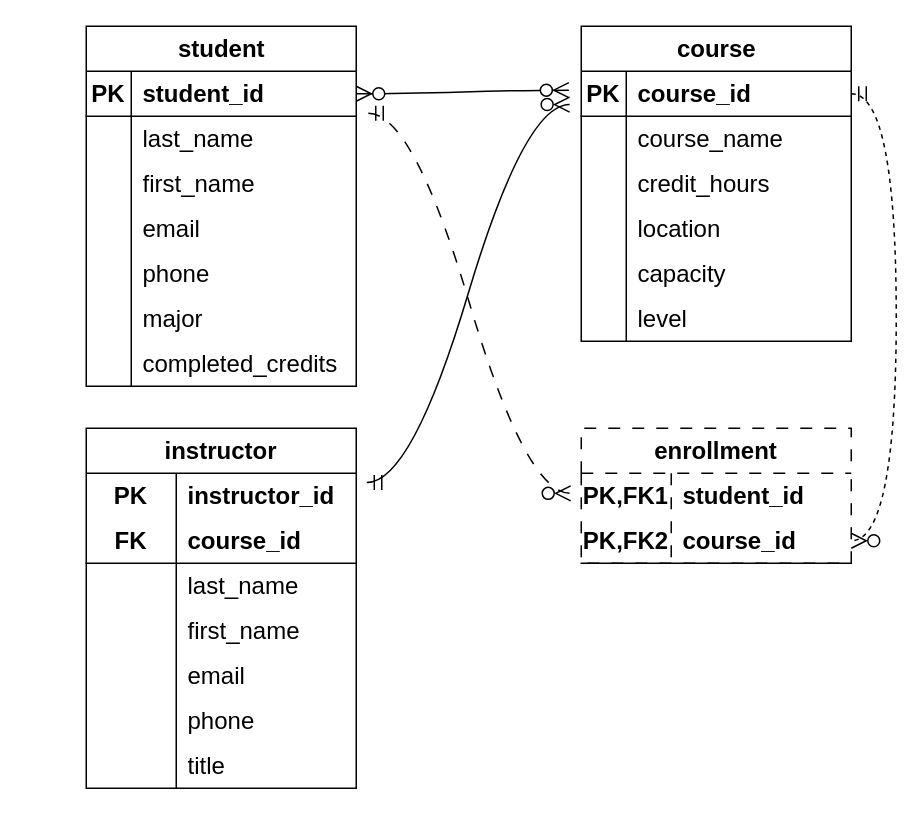
Before: CourseTracker.drawio in alarming-effect/collegeCourseTracker, a draw.io diagram. Source tidied: cells renumbered, new cells numbered last; positions are measured from the earlier drawing's top-left corner, leaving out a move shared by most shapes. Both pictures are drawn from the tidied source at 150%, with x=0, y=0 at pixel (86, 26).
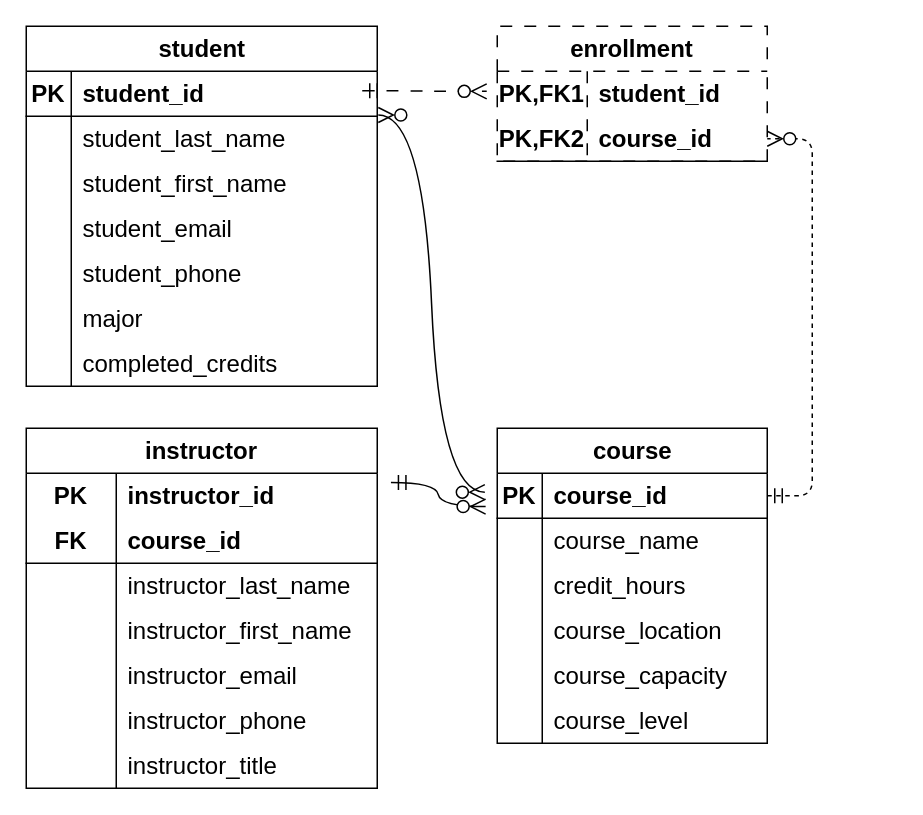
Above is the later version.

The change refers to these unchanged cells:
```xml
<mxCell id="47" style="shape=tableRow;horizontal=0;startSize=0;swimlaneHead=0;swimlaneBody=0;fillColor=none;points=[[0,0.5],[1,0.5]];portConstraint=eastwest;top=0;left=0;right=0;bottom=1;fontSize=16;" parent="46" vertex="1">
  <mxGeometry y="30" width="180" height="30" as="geometry" />
</mxCell>
<mxCell id="56" style="shape=tableRow;horizontal=0;startSize=0;swimlaneHead=0;swimlaneBody=0;fillColor=none;top=0;left=0;right=0;bottom=0;fontSize=16;" parent="46" vertex="1">
  <mxGeometry y="120" width="180" height="30" as="geometry" />
</mxCell>
<mxCell id="59" style="shape=tableRow;horizontal=0;startSize=0;swimlaneHead=0;swimlaneBody=0;fillColor=none;top=0;left=0;right=0;bottom=0;fontSize=16;" parent="46" vertex="1">
  <mxGeometry y="150" width="180" height="30" as="geometry" />
</mxCell>
<mxCell id="62" style="shape=tableRow;horizontal=0;startSize=0;swimlaneHead=0;swimlaneBody=0;fillColor=none;top=0;left=0;right=0;bottom=0;fontSize=16;" parent="46" vertex="1">
  <mxGeometry y="180" width="180" height="30" as="geometry" />
</mxCell>
<mxCell id="66" style="shape=tableRow;horizontal=0;startSize=0;swimlaneHead=0;swimlaneBody=0;fillColor=none;points=[[0,0.5],[1,0.5]];portConstraint=eastwest;top=0;left=0;right=0;bottom=0;html=1;fontSize=16;" parent="65" vertex="1">
  <mxGeometry y="30" width="180" height="30" as="geometry" />
</mxCell>
<mxCell id="69" style="shape=tableRow;horizontal=0;startSize=0;swimlaneHead=0;swimlaneBody=0;fillColor=none;points=[[0,0.5],[1,0.5]];portConstraint=eastwest;top=0;left=0;right=0;bottom=1;html=1;fontSize=16;" parent="65" vertex="1">
  <mxGeometry y="60" width="180" height="30" as="geometry" />
</mxCell>
```

Diff of the diagram source:
```diff
@@
     <mxCell id="2" value="student" style="shape=table;startSize=30;childLayout=tableLayout;rowLines=0;fontStyle=1;align=center;html=1;fontSize=16;" parent="1" vertex="1">
-      <mxGeometry width="180" height="240" as="geometry" />
+      <mxGeometry x="-40" width="234" height="240" as="geometry" />
     </mxCell>
     <mxCell id="3" style="shape=tableRow;horizontal=0;startSize=0;swimlaneHead=0;swimlaneBody=0;fillColor=none;points=[[0,0.5],[1,0.5]];portConstraint=eastwest;top=0;left=0;right=0;bottom=1;fontSize=16;" parent="2" vertex="1">
-      <mxGeometry y="30" width="180" height="30" as="geometry" />
+      <mxGeometry y="30" width="234" height="30" as="geometry" />
     </mxCell>
@@
     <mxCell id="5" value="student_id" style="shape=partialRectangle;fillColor=none;top=0;left=0;bottom=0;right=0;align=left;spacingLeft=6;fontStyle=1;overflow=hidden;whiteSpace=wrap;html=1;fontSize=16;" parent="3" vertex="1">
-      <mxGeometry x="30" width="150" height="30" as="geometry" />
+      <mxGeometry x="30" width="204" height="30" as="geometry" />
     </mxCell>
     <mxCell id="6" style="shape=tableRow;horizontal=0;startSize=0;swimlaneHead=0;swimlaneBody=0;fillColor=none;points=[[0,0.5],[1,0.5]];portConstraint=eastwest;top=0;left=0;right=0;bottom=0;fontSize=16;" parent="2" vertex="1">
-      <mxGeometry y="60" width="180" height="30" as="geometry" />
+      <mxGeometry y="60" width="234" height="30" as="geometry" />
     </mxCell>
@@
-    <mxCell id="8" value="last_name" style="shape=partialRectangle;fillColor=none;top=0;left=0;bottom=0;right=0;align=left;spacingLeft=6;overflow=hidden;whiteSpace=wrap;html=1;fontSize=16;" parent="6" vertex="1">
-      <mxGeometry x="30" width="150" height="30" as="geometry" />
+    <mxCell id="8" value="student_last_name" style="shape=partialRectangle;fillColor=none;top=0;left=0;bottom=0;right=0;align=left;spacingLeft=6;overflow=hidden;whiteSpace=wrap;html=1;fontSize=16;" parent="6" vertex="1">
+      <mxGeometry x="30" width="204" height="30" as="geometry" />
     </mxCell>
     <mxCell id="9" style="shape=tableRow;horizontal=0;startSize=0;swimlaneHead=0;swimlaneBody=0;fillColor=none;top=0;left=0;right=0;bottom=0;fontSize=16;" parent="2" vertex="1">
-      <mxGeometry y="90" width="180" height="30" as="geometry" />
+      <mxGeometry y="90" width="234" height="30" as="geometry" />
     </mxCell>
@@
-    <mxCell id="11" value="first_name" style="shape=partialRectangle;fillColor=none;top=0;left=0;bottom=0;right=0;align=left;spacingLeft=6;overflow=hidden;whiteSpace=wrap;html=1;fontSize=16;" parent="9" vertex="1">
-      <mxGeometry x="30" width="150" height="30" as="geometry" />
+    <mxCell id="11" value="student_first_name" style="shape=partialRectangle;fillColor=none;top=0;left=0;bottom=0;right=0;align=left;spacingLeft=6;overflow=hidden;whiteSpace=wrap;html=1;fontSize=16;" parent="9" vertex="1">
+      <mxGeometry x="30" width="204" height="30" as="geometry" />
     </mxCell>
     <mxCell id="12" style="shape=tableRow;horizontal=0;startSize=0;swimlaneHead=0;swimlaneBody=0;fillColor=none;top=0;left=0;right=0;bottom=0;fontSize=16;" parent="2" vertex="1">
-      <mxGeometry y="120" width="180" height="30" as="geometry" />
+      <mxGeometry y="120" width="234" height="30" as="geometry" />
     </mxCell>
@@
-    <mxCell id="14" value="email" style="shape=partialRectangle;fillColor=none;top=0;left=0;bottom=0;right=0;align=left;spacingLeft=6;overflow=hidden;whiteSpace=wrap;html=1;fontSize=16;" parent="12" vertex="1">
-      <mxGeometry x="30" width="150" height="30" as="geometry" />
+    <mxCell id="14" value="student_email" style="shape=partialRectangle;fillColor=none;top=0;left=0;bottom=0;right=0;align=left;spacingLeft=6;overflow=hidden;whiteSpace=wrap;html=1;fontSize=16;" parent="12" vertex="1">
+      <mxGeometry x="30" width="204" height="30" as="geometry" />
     </mxCell>
     <mxCell id="15" style="shape=tableRow;horizontal=0;startSize=0;swimlaneHead=0;swimlaneBody=0;fillColor=none;top=0;left=0;right=0;bottom=0;fontSize=16;" parent="2" vertex="1">
-      <mxGeometry y="150" width="180" height="30" as="geometry" />
+      <mxGeometry y="150" width="234" height="30" as="geometry" />
     </mxCell>
@@
-    <mxCell id="17" value="phone" style="shape=partialRectangle;fillColor=none;top=0;left=0;bottom=0;right=0;align=left;spacingLeft=6;overflow=hidden;whiteSpace=wrap;html=1;fontSize=16;" parent="15" vertex="1">
-      <mxGeometry x="30" width="150" height="30" as="geometry" />
+    <mxCell id="17" value="student_phone" style="shape=partialRectangle;fillColor=none;top=0;left=0;bottom=0;right=0;align=left;spacingLeft=6;overflow=hidden;whiteSpace=wrap;html=1;fontSize=16;" parent="15" vertex="1">
+      <mxGeometry x="30" width="204" height="30" as="geometry" />
     </mxCell>
     <mxCell id="18" style="shape=tableRow;horizontal=0;startSize=0;swimlaneHead=0;swimlaneBody=0;fillColor=none;top=0;left=0;right=0;bottom=0;fontSize=16;" parent="2" vertex="1">
-      <mxGeometry y="180" width="180" height="30" as="geometry" />
+      <mxGeometry y="180" width="234" height="30" as="geometry" />
     </mxCell>
@@
     <mxCell id="20" value="major" style="shape=partialRectangle;fillColor=none;top=0;left=0;bottom=0;right=0;align=left;spacingLeft=6;overflow=hidden;whiteSpace=wrap;html=1;fontSize=16;" parent="18" vertex="1">
-      <mxGeometry x="30" width="150" height="30" as="geometry" />
+      <mxGeometry x="30" width="204" height="30" as="geometry" />
     </mxCell>
     <mxCell id="21" style="shape=tableRow;horizontal=0;startSize=0;swimlaneHead=0;swimlaneBody=0;fillColor=none;top=0;left=0;right=0;bottom=0;fontSize=16;" parent="2" vertex="1">
-      <mxGeometry y="210" width="180" height="30" as="geometry" />
+      <mxGeometry y="210" width="234" height="30" as="geometry" />
     </mxCell>
@@
     <mxCell id="23" value="completed_credits" style="shape=partialRectangle;fillColor=none;top=0;left=0;bottom=0;right=0;align=left;spacingLeft=6;overflow=hidden;whiteSpace=wrap;html=1;fontSize=16;" parent="21" vertex="1">
-      <mxGeometry x="30" width="150" height="30" as="geometry" />
+      <mxGeometry x="30" width="204" height="30" as="geometry" />
     </mxCell>
     <mxCell id="24" value="instructor" style="shape=table;startSize=30;childLayout=tableLayout;rowLines=0;fontStyle=1;align=center;html=1;whiteSpace=wrap;fontSize=16;" parent="1" vertex="1">
-      <mxGeometry y="268" width="180" height="240" as="geometry" />
+      <mxGeometry x="-40" y="268" width="234" height="240" as="geometry" />
     </mxCell>
     <mxCell id="25" style="shape=tableRow;horizontal=0;startSize=0;swimlaneHead=0;swimlaneBody=0;fillColor=none;points=[[0,0.5],[1,0.5]];portConstraint=eastwest;top=0;left=0;right=0;bottom=0;html=1;fontSize=16;" parent="24" vertex="1">
-      <mxGeometry y="30" width="180" height="30" as="geometry" />
+      <mxGeometry y="30" width="234" height="30" as="geometry" />
     </mxCell>
@@
     <mxCell id="27" value="instructor_id" style="shape=partialRectangle;fillColor=none;top=0;left=0;bottom=0;right=0;align=left;spacingLeft=6;fontStyle=1;overflow=hidden;html=1;whiteSpace=wrap;fontSize=16;" parent="25" vertex="1">
-      <mxGeometry x="60" width="120" height="30" as="geometry" />
+      <mxGeometry x="60" width="174" height="30" as="geometry" />
     </mxCell>
     <mxCell id="28" style="shape=tableRow;horizontal=0;startSize=0;swimlaneHead=0;swimlaneBody=0;fillColor=none;top=0;left=0;right=0;bottom=1;html=1;fontSize=16;" parent="24" vertex="1">
-      <mxGeometry y="60" width="180" height="30" as="geometry" />
+      <mxGeometry y="60" width="234" height="30" as="geometry" />
     </mxCell>
@@
     <mxCell id="30" value="course_id" style="shape=partialRectangle;fillColor=none;top=0;left=0;bottom=0;right=0;align=left;spacingLeft=6;fontStyle=1;overflow=hidden;html=1;whiteSpace=wrap;fontSize=16;" parent="28" vertex="1">
-      <mxGeometry x="60" width="120" height="30" as="geometry" />
+      <mxGeometry x="60" width="174" height="30" as="geometry" />
     </mxCell>
     <mxCell id="31" style="shape=tableRow;horizontal=0;startSize=0;swimlaneHead=0;swimlaneBody=0;fillColor=none;top=0;left=0;right=0;bottom=0;html=1;fontSize=16;" parent="24" vertex="1">
-      <mxGeometry y="90" width="180" height="30" as="geometry" />
+      <mxGeometry y="90" width="234" height="30" as="geometry" />
     </mxCell>
@@
-    <mxCell id="33" value="last_name" style="shape=partialRectangle;fillColor=none;top=0;left=0;bottom=0;right=0;align=left;spacingLeft=6;overflow=hidden;html=1;whiteSpace=wrap;fontSize=16;" parent="31" vertex="1">
-      <mxGeometry x="60" width="120" height="30" as="geometry" />
+    <mxCell id="33" value="instructor_last_name" style="shape=partialRectangle;fillColor=none;top=0;left=0;bottom=0;right=0;align=left;spacingLeft=6;overflow=hidden;html=1;whiteSpace=wrap;fontSize=16;" parent="31" vertex="1">
+      <mxGeometry x="60" width="174" height="30" as="geometry" />
     </mxCell>
     <mxCell id="34" style="shape=tableRow;horizontal=0;startSize=0;swimlaneHead=0;swimlaneBody=0;fillColor=none;top=0;left=0;right=0;bottom=0;html=1;fontSize=16;" parent="24" vertex="1">
-      <mxGeometry y="120" width="180" height="30" as="geometry" />
+      <mxGeometry y="120" width="234" height="30" as="geometry" />
     </mxCell>
@@
-    <mxCell id="36" value="first_name" style="shape=partialRectangle;fillColor=none;top=0;left=0;bottom=0;right=0;align=left;spacingLeft=6;overflow=hidden;html=1;whiteSpace=wrap;fontSize=16;" parent="34" vertex="1">
-      <mxGeometry x="60" width="120" height="30" as="geometry" />
+    <mxCell id="36" value="instructor_first_name" style="shape=partialRectangle;fillColor=none;top=0;left=0;bottom=0;right=0;align=left;spacingLeft=6;overflow=hidden;html=1;whiteSpace=wrap;fontSize=16;" parent="34" vertex="1">
+      <mxGeometry x="60" width="174" height="30" as="geometry" />
     </mxCell>
     <mxCell id="37" style="shape=tableRow;horizontal=0;startSize=0;swimlaneHead=0;swimlaneBody=0;fillColor=none;top=0;left=0;right=0;bottom=0;html=1;fontSize=16;" parent="24" vertex="1">
-      <mxGeometry y="150" width="180" height="30" as="geometry" />
+      <mxGeometry y="150" width="234" height="30" as="geometry" />
     </mxCell>
@@
-    <mxCell id="39" value="email" style="shape=partialRectangle;fillColor=none;top=0;left=0;bottom=0;right=0;align=left;spacingLeft=6;overflow=hidden;html=1;whiteSpace=wrap;fontSize=16;" parent="37" vertex="1">
-      <mxGeometry x="60" width="120" height="30" as="geometry" />
+    <mxCell id="39" value="instructor_email" style="shape=partialRectangle;fillColor=none;top=0;left=0;bottom=0;right=0;align=left;spacingLeft=6;overflow=hidden;html=1;whiteSpace=wrap;fontSize=16;" parent="37" vertex="1">
+      <mxGeometry x="60" width="174" height="30" as="geometry" />
     </mxCell>
     <mxCell id="40" style="shape=tableRow;horizontal=0;startSize=0;swimlaneHead=0;swimlaneBody=0;fillColor=none;top=0;left=0;right=0;bottom=0;html=1;fontSize=16;" parent="24" vertex="1">
-      <mxGeometry y="180" width="180" height="30" as="geometry" />
+      <mxGeometry y="180" width="234" height="30" as="geometry" />
     </mxCell>
@@
-    <mxCell id="42" value="phone" style="shape=partialRectangle;fillColor=none;top=0;left=0;bottom=0;right=0;align=left;spacingLeft=6;overflow=hidden;html=1;whiteSpace=wrap;fontSize=16;" parent="40" vertex="1">
-      <mxGeometry x="60" width="120" height="30" as="geometry" />
+    <mxCell id="42" value="instructor_phone" style="shape=partialRectangle;fillColor=none;top=0;left=0;bottom=0;right=0;align=left;spacingLeft=6;overflow=hidden;html=1;whiteSpace=wrap;fontSize=16;" parent="40" vertex="1">
+      <mxGeometry x="60" width="174" height="30" as="geometry" />
     </mxCell>
     <mxCell id="43" style="shape=tableRow;horizontal=0;startSize=0;swimlaneHead=0;swimlaneBody=0;fillColor=none;top=0;left=0;right=0;bottom=0;html=1;fontSize=16;" parent="24" vertex="1">
-      <mxGeometry y="210" width="180" height="30" as="geometry" />
+      <mxGeometry y="210" width="234" height="30" as="geometry" />
     </mxCell>
@@
-    <mxCell id="45" value="title" style="shape=partialRectangle;fillColor=none;top=0;left=0;bottom=0;right=0;align=left;spacingLeft=6;overflow=hidden;html=1;whiteSpace=wrap;fontSize=16;" parent="43" vertex="1">
-      <mxGeometry x="60" width="120" height="30" as="geometry" />
+    <mxCell id="45" value="instructor_title" style="shape=partialRectangle;fillColor=none;top=0;left=0;bottom=0;right=0;align=left;spacingLeft=6;overflow=hidden;html=1;whiteSpace=wrap;fontSize=16;" parent="43" vertex="1">
+      <mxGeometry x="60" width="174" height="30" as="geometry" />
     </mxCell>
     <mxCell id="46" value="course" style="shape=table;startSize=30;childLayout=tableLayout;rowLines=0;fontStyle=1;align=center;html=1;fontSize=16;" parent="1" vertex="1">
-      <mxGeometry x="330" width="180" height="210" as="geometry" />
+      <mxGeometry x="274" y="268" width="180" height="210" as="geometry" />
     </mxCell>
@@
-    <mxCell id="58" value="location" style="shape=partialRectangle;fillColor=none;top=0;left=0;bottom=0;right=0;align=left;spacingLeft=6;overflow=hidden;whiteSpace=wrap;html=1;fontSize=16;" parent="56" vertex="1">
+    <mxCell id="58" value="course_location" style="shape=partialRectangle;fillColor=none;top=0;left=0;bottom=0;right=0;align=left;spacingLeft=6;overflow=hidden;whiteSpace=wrap;html=1;fontSize=16;" parent="56" vertex="1">
       <mxGeometry x="30" width="150" height="30" as="geometry" />
     </mxCell>
@@
-    <mxCell id="61" value="capacity" style="shape=partialRectangle;fillColor=none;top=0;left=0;bottom=0;right=0;align=left;spacingLeft=6;overflow=hidden;whiteSpace=wrap;html=1;fontSize=16;" parent="59" vertex="1">
+    <mxCell id="61" value="course_capacity" style="shape=partialRectangle;fillColor=none;top=0;left=0;bottom=0;right=0;align=left;spacingLeft=6;overflow=hidden;whiteSpace=wrap;html=1;fontSize=16;" parent="59" vertex="1">
       <mxGeometry x="30" width="150" height="30" as="geometry" />
     </mxCell>
@@
-    <mxCell id="64" value="level" style="shape=partialRectangle;fillColor=none;top=0;left=0;bottom=0;right=0;align=left;spacingLeft=6;overflow=hidden;whiteSpace=wrap;html=1;fontSize=16;" parent="62" vertex="1">
+    <mxCell id="64" value="course_level" style="shape=partialRectangle;fillColor=none;top=0;left=0;bottom=0;right=0;align=left;spacingLeft=6;overflow=hidden;whiteSpace=wrap;html=1;fontSize=16;" parent="62" vertex="1">
       <mxGeometry x="30" width="150" height="30" as="geometry" />
     </mxCell>
     <mxCell id="65" value="enrollment" style="shape=table;startSize=30;childLayout=tableLayout;rowLines=0;fontStyle=1;align=center;html=1;whiteSpace=wrap;fontSize=16;dashed=1;dashPattern=8 8;" parent="1" vertex="1">
-      <mxGeometry x="330" y="268" width="180" height="90" as="geometry" />
+      <mxGeometry x="274" width="180" height="90" as="geometry" />
     </mxCell>
@@
-    <mxCell id="72" style="edgeStyle=entityRelationEdgeStyle;fontSize=12;html=1;endArrow=ERzeroToMany;endFill=1;startArrow=ERzeroToMany;rounded=0;startSize=8;endSize=8;curved=1;entryX=-0.046;entryY=0.42;entryDx=0;entryDy=0;entryPerimeter=0;exitX=1;exitY=0.5;exitDx=0;exitDy=0;" parent="1" edge="1" source="3" target="47">
+    <mxCell id="72" style="edgeStyle=entityRelationEdgeStyle;fontSize=12;html=1;endArrow=ERzeroToMany;endFill=1;startArrow=ERzeroToMany;rounded=0;startSize=8;endSize=8;curved=1;entryX=-0.046;entryY=0.42;entryDx=0;entryDy=0;entryPerimeter=0;exitX=1.003;exitY=-0.027;exitDx=0;exitDy=0;exitPerimeter=0;" parent="1" edge="1" source="6" target="47">
       <mxGeometry relative="1" as="geometry" />
     </mxCell>
@@
-    <mxCell id="74" style="edgeStyle=entityRelationEdgeStyle;fontSize=12;html=1;endArrow=ERzeroToMany;startArrow=ERmandOne;rounded=0;startSize=8;endSize=8;curved=1;entryX=-0.039;entryY=0.447;entryDx=0;entryDy=0;entryPerimeter=0;exitX=1.039;exitY=0.207;exitDx=0;exitDy=0;exitPerimeter=0;dashed=1;dashPattern=8 8;" parent="1" edge="1" target="66">
+    <mxCell id="74" style="edgeStyle=entityRelationEdgeStyle;fontSize=12;html=1;endArrow=ERzeroToMany;startArrow=ERmandOne;rounded=0;startSize=8;endSize=8;curved=1;entryX=-0.039;entryY=0.447;entryDx=0;entryDy=0;entryPerimeter=0;dashed=1;dashPattern=8 8;" parent="1" edge="1" target="66">
       <mxGeometry relative="1" as="geometry">
-        <mxPoint x="188" y="58" as="sourcePoint" />
+        <mxPoint x="184" y="43" as="sourcePoint" />
         <Array as="points">
           <mxPoint x="39" y="67" />
           <mxPoint x="308" y="245" />
         </Array>
       </mxGeometry>
     </mxCell>
-    <mxCell id="75" style="edgeStyle=entityRelationEdgeStyle;fontSize=12;html=1;endArrow=ERzeroToMany;startArrow=ERmandOne;rounded=0;startSize=8;endSize=8;curved=1;exitX=1;exitY=0.5;exitDx=0;exitDy=0;entryX=1;entryY=0.5;entryDx=0;entryDy=0;dashed=1;" parent="1" edge="1" source="47" target="69">
+    <mxCell id="75" style="edgeStyle=entityRelationEdgeStyle;fontSize=12;html=1;endArrow=ERzeroToMany;startArrow=ERmandOne;rounded=1;startSize=8;endSize=8;curved=0;exitX=1;exitY=0.5;exitDx=0;exitDy=0;entryX=1;entryY=0.5;entryDx=0;entryDy=0;dashed=1;" parent="1" edge="1" source="47" target="69">
       <mxGeometry relative="1" as="geometry">
         <Array as="points">
           <mxPoint x="197" y="542" />
+          <mxPoint x="585" y="-17" />
           <mxPoint x="439" y="483" />
           <mxPoint x="418" y="432" />
         </Array>
       </mxGeometry>
     </mxCell>
```
